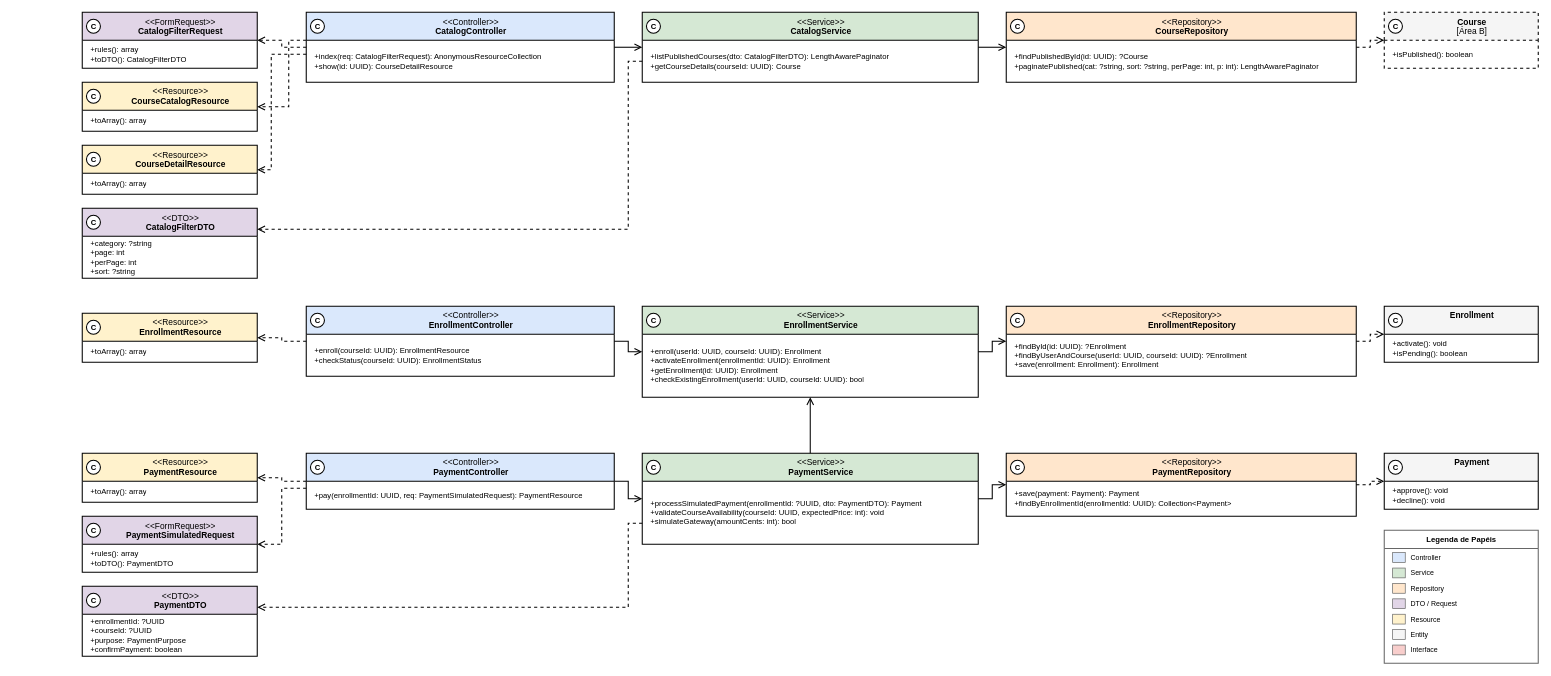
The draw.io diagram especificacao/diagramas/13-classes-area-c-implementacao-matricula.drawio in Plataforma-de-Cursos-TCC/plataforma-cursos-docs, before the edit. Source tidied: cells renumbered, new cells numbered last; positions are measured from the earlier drawing's top-left corner, leaving out a move shared by most shapes. Both pictures are drawn from the tidied source at 70%, with x=0, y=0 at pixel (82, 12).
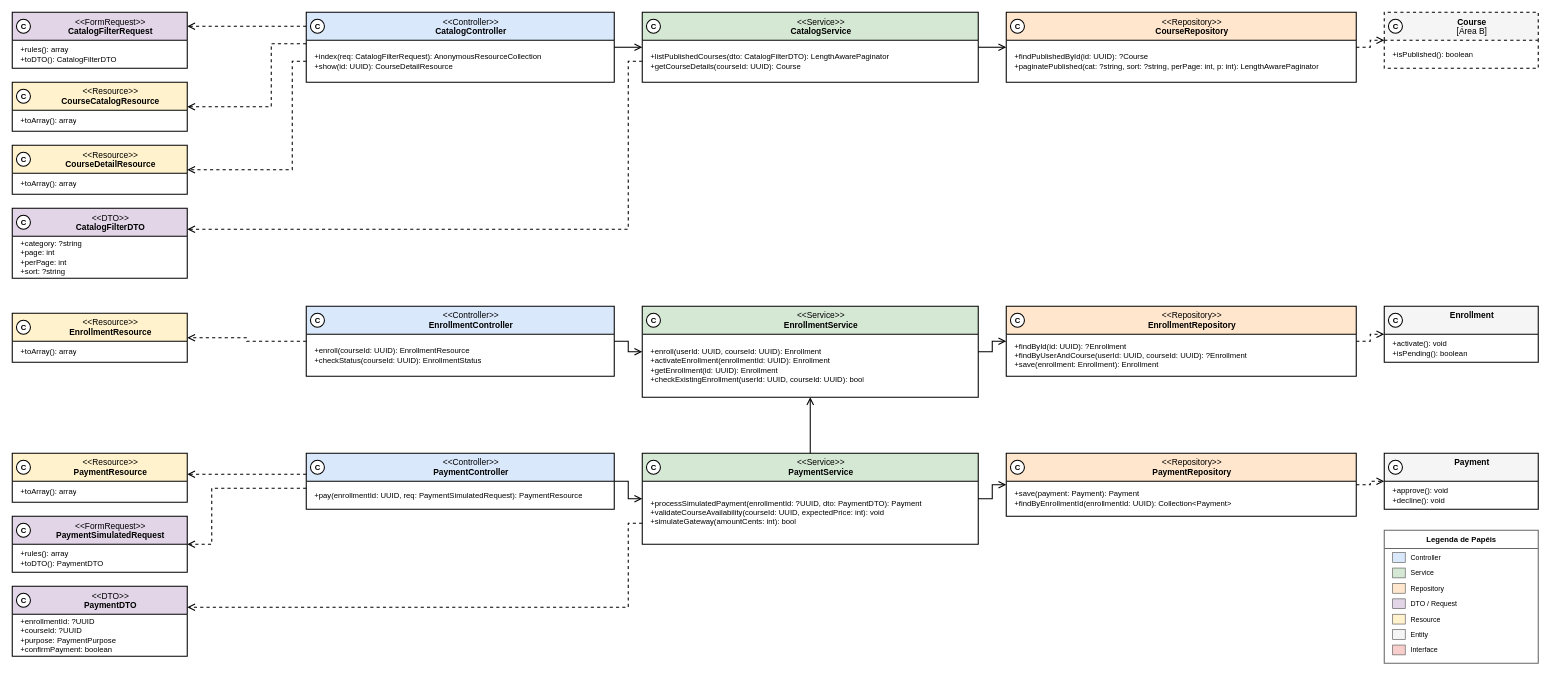
The same diagram, later.

Commit message (it also covers changes not shown here):
docs(diagrama-de-classes): route Area C diagrams without crossings

The change refers to these unchanged cells:
```xml
<mxCell id="14" value="&amp;lt;&amp;lt;Controller&amp;gt;&amp;gt;&lt;br&gt;&lt;b&gt;CatalogController&lt;/b&gt;" style="swimlane;html=1;fontStyle=0;align=center;verticalAlign=top;startSize=40;fillColor=#DAE8FC;swimlaneFillColor=#FFFFFF;strokeColor=#000000;strokeWidth=1.5;fontFamily=Helvetica;fontSize=12;fontColor=#000000;rounded=0;spacingLeft=30;" parent="1" vertex="1">
  <mxGeometry x="320" width="440" height="100" as="geometry" />
</mxCell>
<mxCell id="50" value="&amp;lt;&amp;lt;Controller&amp;gt;&amp;gt;&lt;br&gt;&lt;b&gt;PaymentController&lt;/b&gt;" style="swimlane;html=1;fontStyle=0;align=center;verticalAlign=top;startSize=40;fillColor=#DAE8FC;swimlaneFillColor=#FFFFFF;strokeColor=#000000;strokeWidth=1.5;fontFamily=Helvetica;fontSize=12;fontColor=#000000;rounded=0;spacingLeft=30;" parent="1" vertex="1">
  <mxGeometry x="320" y="630" width="440" height="80" as="geometry" />
</mxCell>
```

What changed in the source:
```diff
@@
     <mxCell id="2" value="&amp;lt;&amp;lt;FormRequest&amp;gt;&amp;gt;&lt;br&gt;&lt;b&gt;CatalogFilterRequest&lt;/b&gt;" style="swimlane;html=1;fontStyle=0;align=center;verticalAlign=top;startSize=40;fillColor=#E1D5E7;swimlaneFillColor=#FFFFFF;strokeColor=#000000;strokeWidth=1.5;fontFamily=Helvetica;fontSize=12;fontColor=#000000;rounded=0;spacingLeft=30;" parent="1" vertex="1">
-      <mxGeometry width="250" height="80" as="geometry" />
+      <mxGeometry x="-100" width="250" height="80" as="geometry" />
     </mxCell>
@@
     <mxCell id="4" value="C" style="ellipse;html=1;fillColor=#FFFFFF;strokeColor=#000000;strokeWidth=1.5;fontFamily=Helvetica;fontSize=11;fontStyle=1;fontColor=#000000;" parent="1" vertex="1">
-      <mxGeometry x="6" y="10" width="20" height="20" as="geometry" />
+      <mxGeometry x="-94" y="10" width="20" height="20" as="geometry" />
     </mxCell>
     <mxCell id="5" value="&amp;lt;&amp;lt;Resource&amp;gt;&amp;gt;&lt;br&gt;&lt;b&gt;CourseCatalogResource&lt;/b&gt;" style="swimlane;html=1;fontStyle=0;align=center;verticalAlign=top;startSize=40;fillColor=#FFF2CC;swimlaneFillColor=#FFFFFF;strokeColor=#000000;strokeWidth=1.5;fontFamily=Helvetica;fontSize=12;fontColor=#000000;rounded=0;spacingLeft=30;" parent="1" vertex="1">
-      <mxGeometry y="100" width="250" height="70" as="geometry" />
+      <mxGeometry x="-100" y="100" width="250" height="70" as="geometry" />
     </mxCell>
@@
     <mxCell id="7" value="C" style="ellipse;html=1;fillColor=#FFFFFF;strokeColor=#000000;strokeWidth=1.5;fontFamily=Helvetica;fontSize=11;fontStyle=1;fontColor=#000000;" parent="1" vertex="1">
-      <mxGeometry x="6" y="110" width="20" height="20" as="geometry" />
+      <mxGeometry x="-94" y="110" width="20" height="20" as="geometry" />
     </mxCell>
     <mxCell id="8" value="&amp;lt;&amp;lt;Resource&amp;gt;&amp;gt;&lt;br&gt;&lt;b&gt;CourseDetailResource&lt;/b&gt;" style="swimlane;html=1;fontStyle=0;align=center;verticalAlign=top;startSize=40;fillColor=#FFF2CC;swimlaneFillColor=#FFFFFF;strokeColor=#000000;strokeWidth=1.5;fontFamily=Helvetica;fontSize=12;fontColor=#000000;rounded=0;spacingLeft=30;" parent="1" vertex="1">
-      <mxGeometry y="190" width="250" height="70" as="geometry" />
+      <mxGeometry x="-100" y="190" width="250" height="70" as="geometry" />
     </mxCell>
@@
     <mxCell id="10" value="C" style="ellipse;html=1;fillColor=#FFFFFF;strokeColor=#000000;strokeWidth=1.5;fontFamily=Helvetica;fontSize=11;fontStyle=1;fontColor=#000000;" parent="1" vertex="1">
-      <mxGeometry x="6" y="200" width="20" height="20" as="geometry" />
+      <mxGeometry x="-94" y="200" width="20" height="20" as="geometry" />
     </mxCell>
     <mxCell id="11" value="&amp;lt;&amp;lt;DTO&amp;gt;&amp;gt;&lt;br&gt;&lt;b&gt;CatalogFilterDTO&lt;/b&gt;" style="swimlane;html=1;fontStyle=0;align=center;verticalAlign=top;startSize=40;fillColor=#E1D5E7;swimlaneFillColor=#FFFFFF;strokeColor=#000000;strokeWidth=1.5;fontFamily=Helvetica;fontSize=12;fontColor=#000000;rounded=0;spacingLeft=30;" parent="1" vertex="1">
-      <mxGeometry y="280" width="250" height="100" as="geometry" />
+      <mxGeometry x="-100" y="280" width="250" height="100" as="geometry" />
     </mxCell>
@@
     <mxCell id="13" value="C" style="ellipse;html=1;fillColor=#FFFFFF;strokeColor=#000000;strokeWidth=1.5;fontFamily=Helvetica;fontSize=11;fontStyle=1;fontColor=#000000;" parent="1" vertex="1">
-      <mxGeometry x="6" y="290" width="20" height="20" as="geometry" />
+      <mxGeometry x="-94" y="290" width="20" height="20" as="geometry" />
     </mxCell>
@@
     <mxCell id="26" value="&amp;lt;&amp;lt;Resource&amp;gt;&amp;gt;&lt;br&gt;&lt;b&gt;EnrollmentResource&lt;/b&gt;" style="swimlane;html=1;fontStyle=0;align=center;verticalAlign=top;startSize=40;fillColor=#FFF2CC;swimlaneFillColor=#FFFFFF;strokeColor=#000000;strokeWidth=1.5;fontFamily=Helvetica;fontSize=12;fontColor=#000000;rounded=0;spacingLeft=30;" parent="1" vertex="1">
-      <mxGeometry y="430" width="250" height="70" as="geometry" />
+      <mxGeometry x="-100" y="430" width="250" height="70" as="geometry" />
     </mxCell>
@@
     <mxCell id="28" value="C" style="ellipse;html=1;fillColor=#FFFFFF;strokeColor=#000000;strokeWidth=1.5;fontFamily=Helvetica;fontSize=11;fontStyle=1;fontColor=#000000;" parent="1" vertex="1">
-      <mxGeometry x="6" y="440" width="20" height="20" as="geometry" />
+      <mxGeometry x="-94" y="440" width="20" height="20" as="geometry" />
     </mxCell>
@@
     <mxCell id="41" value="&amp;lt;&amp;lt;Resource&amp;gt;&amp;gt;&lt;br&gt;&lt;b&gt;PaymentResource&lt;/b&gt;" style="swimlane;html=1;fontStyle=0;align=center;verticalAlign=top;startSize=40;fillColor=#FFF2CC;swimlaneFillColor=#FFFFFF;strokeColor=#000000;strokeWidth=1.5;fontFamily=Helvetica;fontSize=12;fontColor=#000000;rounded=0;spacingLeft=30;" parent="1" vertex="1">
-      <mxGeometry y="630" width="250" height="70" as="geometry" />
+      <mxGeometry x="-100" y="630" width="250" height="70" as="geometry" />
     </mxCell>
@@
     <mxCell id="43" value="C" style="ellipse;html=1;fillColor=#FFFFFF;strokeColor=#000000;strokeWidth=1.5;fontFamily=Helvetica;fontSize=11;fontStyle=1;fontColor=#000000;" parent="1" vertex="1">
-      <mxGeometry x="6" y="640" width="20" height="20" as="geometry" />
+      <mxGeometry x="-94" y="640" width="20" height="20" as="geometry" />
     </mxCell>
     <mxCell id="44" value="&amp;lt;&amp;lt;FormRequest&amp;gt;&amp;gt;&lt;br&gt;&lt;b&gt;PaymentSimulatedRequest&lt;/b&gt;" style="swimlane;html=1;fontStyle=0;align=center;verticalAlign=top;startSize=40;fillColor=#E1D5E7;swimlaneFillColor=#FFFFFF;strokeColor=#000000;strokeWidth=1.5;fontFamily=Helvetica;fontSize=12;fontColor=#000000;rounded=0;spacingLeft=30;" parent="1" vertex="1">
-      <mxGeometry y="720" width="250" height="80" as="geometry" />
+      <mxGeometry x="-100" y="720" width="250" height="80" as="geometry" />
     </mxCell>
@@
     <mxCell id="46" value="C" style="ellipse;html=1;fillColor=#FFFFFF;strokeColor=#000000;strokeWidth=1.5;fontFamily=Helvetica;fontSize=11;fontStyle=1;fontColor=#000000;" parent="1" vertex="1">
-      <mxGeometry x="6" y="730" width="20" height="20" as="geometry" />
+      <mxGeometry x="-94" y="730" width="20" height="20" as="geometry" />
     </mxCell>
     <mxCell id="47" value="&amp;lt;&amp;lt;DTO&amp;gt;&amp;gt;&lt;br&gt;&lt;b&gt;PaymentDTO&lt;/b&gt;" style="swimlane;html=1;fontStyle=0;align=center;verticalAlign=top;startSize=40;fillColor=#E1D5E7;swimlaneFillColor=#FFFFFF;strokeColor=#000000;strokeWidth=1.5;fontFamily=Helvetica;fontSize=12;fontColor=#000000;rounded=0;spacingLeft=30;" parent="1" vertex="1">
-      <mxGeometry y="820" width="250" height="100" as="geometry" />
+      <mxGeometry x="-100" y="820" width="250" height="100" as="geometry" />
     </mxCell>
@@
     <mxCell id="49" value="C" style="ellipse;html=1;fillColor=#FFFFFF;strokeColor=#000000;strokeWidth=1.5;fontFamily=Helvetica;fontSize=11;fontStyle=1;fontColor=#000000;" parent="1" vertex="1">
-      <mxGeometry x="6" y="830" width="20" height="20" as="geometry" />
+      <mxGeometry x="-94" y="830" width="20" height="20" as="geometry" />
     </mxCell>
@@
-    <mxCell id="77" style="edgeStyle=orthogonalEdgeStyle;rounded=0;html=1;strokeColor=#000000;strokeWidth=1.5;endArrow=open;endFill=0;endSize=8;dashed=1;" parent="1" edge="1" source="14" target="2">
+    <mxCell id="77" style="edgeStyle=orthogonalEdgeStyle;rounded=0;html=1;strokeColor=#000000;strokeWidth=1.5;endArrow=open;endFill=0;endSize=8;dashed=1;exitX=0.0;exitY=0.2;exitPerimeter=0;entryX=1.0;entryY=0.25;entryPerimeter=0;" parent="1" edge="1" source="14" target="2">
       <mxGeometry relative="1" as="geometry" />
     </mxCell>
-    <mxCell id="78" style="edgeStyle=orthogonalEdgeStyle;rounded=0;html=1;strokeColor=#000000;strokeWidth=1.5;endArrow=open;endFill=0;endSize=8;dashed=1;" parent="1" edge="1" source="14" target="5">
+    <mxCell id="78" style="edgeStyle=orthogonalEdgeStyle;rounded=0;html=1;strokeColor=#000000;strokeWidth=1.5;endArrow=open;endFill=0;endSize=8;dashed=1;exitX=0.0;exitY=0.45;exitPerimeter=0;entryX=1.0;entryY=0.5;entryPerimeter=0;" parent="1" edge="1" source="14" target="5">
       <mxGeometry relative="1" as="geometry">
         <Array as="points">
-          <mxPoint x="295" y="40" />
-          <mxPoint x="295" y="135" />
+          <mxPoint x="270" y="45" />
+          <mxPoint x="270" y="135" />
         </Array>
       </mxGeometry>
     </mxCell>
-    <mxCell id="79" style="edgeStyle=orthogonalEdgeStyle;rounded=0;html=1;strokeColor=#000000;strokeWidth=1.5;endArrow=open;endFill=0;endSize=8;dashed=1;" parent="1" edge="1" source="14" target="8">
+    <mxCell id="79" style="edgeStyle=orthogonalEdgeStyle;rounded=0;html=1;strokeColor=#000000;strokeWidth=1.5;endArrow=open;endFill=0;endSize=8;dashed=1;exitX=0.0;exitY=0.7;exitPerimeter=0;entryX=1.0;entryY=0.5;entryPerimeter=0;" parent="1" edge="1" source="14" target="8">
       <mxGeometry relative="1" as="geometry">
         <Array as="points">
-          <mxPoint x="270" y="60" />
-          <mxPoint x="270" y="225" />
+          <mxPoint x="300" y="70" />
+          <mxPoint x="300" y="225" />
         </Array>
       </mxGeometry>
     </mxCell>
@@
-    <mxCell id="88" style="edgeStyle=orthogonalEdgeStyle;rounded=0;html=1;strokeColor=#000000;strokeWidth=1.5;endArrow=open;endFill=0;endSize=8;dashed=1;" parent="1" edge="1" source="50" target="41">
+    <mxCell id="88" style="edgeStyle=orthogonalEdgeStyle;rounded=0;html=1;strokeColor=#000000;strokeWidth=1.5;endArrow=open;endFill=0;endSize=8;dashed=1;exitX=0.0;exitY=0.375;exitPerimeter=0;entryX=1.0;entryY=0.4286;entryPerimeter=0;" parent="1" edge="1" source="50" target="41">
       <mxGeometry relative="1" as="geometry" />
     </mxCell>
-    <mxCell id="89" style="edgeStyle=orthogonalEdgeStyle;rounded=0;html=1;strokeColor=#000000;strokeWidth=1.5;endArrow=open;endFill=0;endSize=8;dashed=1;" parent="1" edge="1" source="50" target="44">
+    <mxCell id="89" style="edgeStyle=orthogonalEdgeStyle;rounded=0;html=1;strokeColor=#000000;strokeWidth=1.5;endArrow=open;endFill=0;endSize=8;dashed=1;exitX=0.0;exitY=0.625;exitPerimeter=0;entryX=1.0;entryY=0.5;entryPerimeter=0;" parent="1" edge="1" source="50" target="44">
       <mxGeometry relative="1" as="geometry">
         <Array as="points">
-          <mxPoint x="285" y="680" />
-          <mxPoint x="285" y="760" />
+          <mxPoint x="185" y="680" />
+          <mxPoint x="185" y="760" />
         </Array>
       </mxGeometry>
     </mxCell>
```
